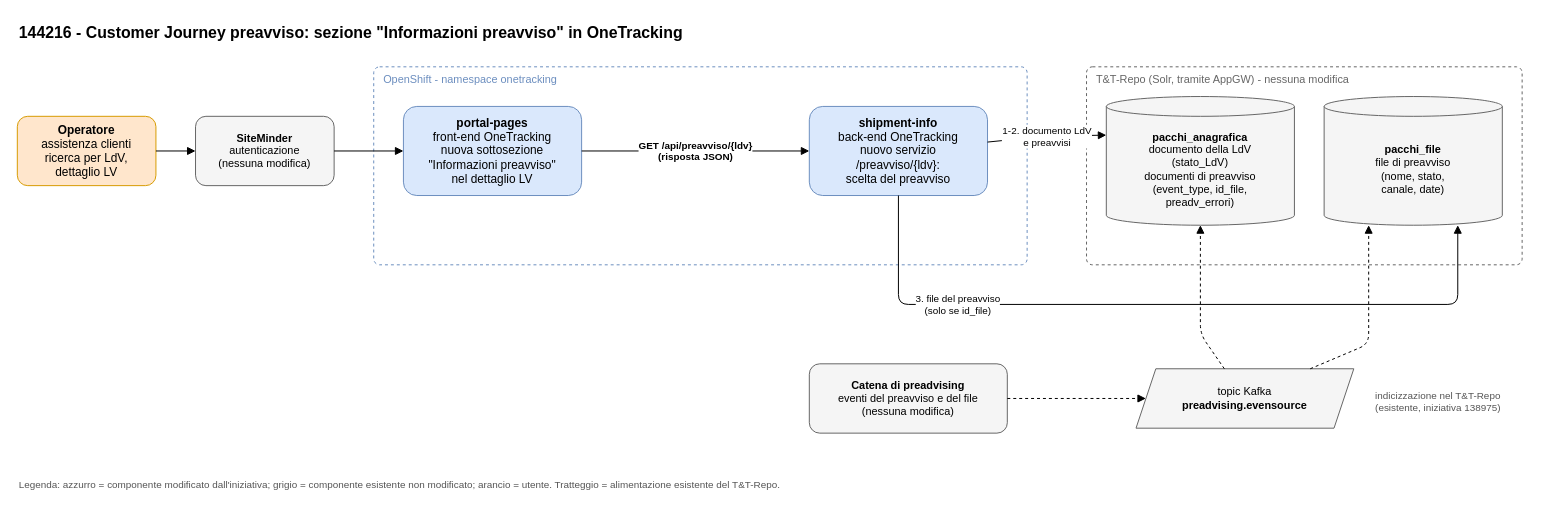
Above: iniziative/144216/documenti/fig-1-architettura.drawio in diegoMereu/sda-bmad (draw.io), before the change. Source tidied: cells renumbered, new cells numbered last; positions are measured from the earlier drawing's top-left corner, leaving out a move shared by most shapes. Both pictures are drawn from the tidied source at 99%, with x=0, y=0 at pixel (17, 17).
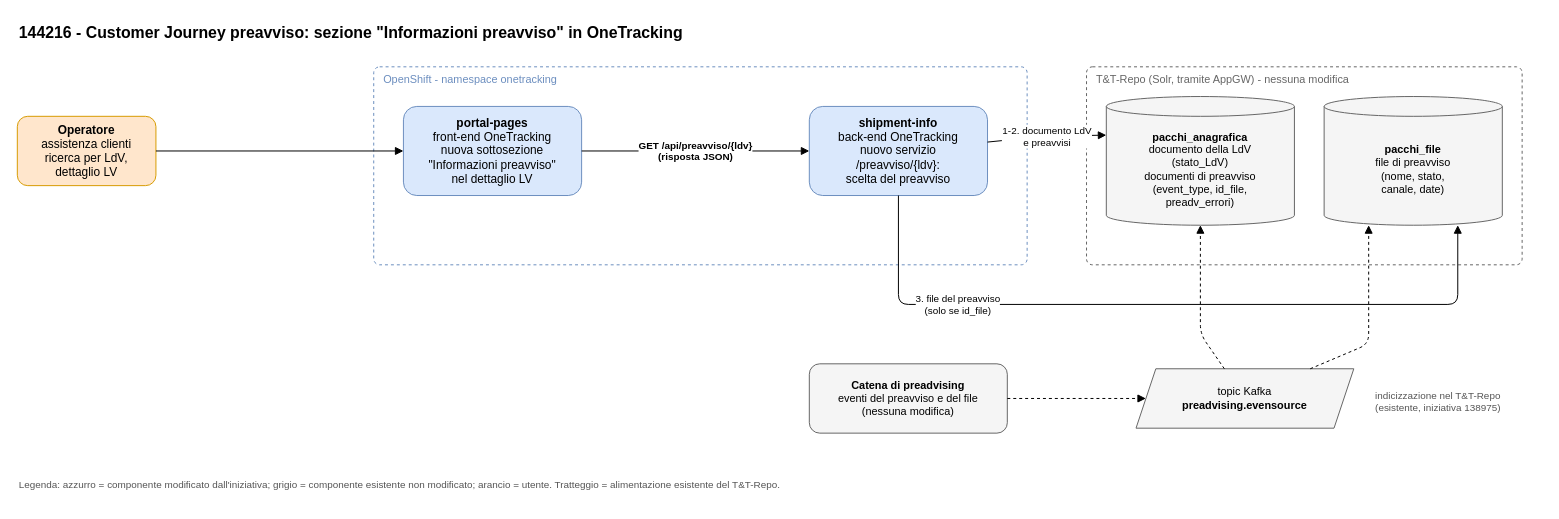
The same diagram, later.

Commit message (it also covers changes not shown here):
docs(144216): tolti i riferimenti a SiteMinder da SF, DP e figure; flusso 4 con max 50 preavvisi

The change refers to these unchanged cells:
```xml
<mxCell id="3" value="&lt;b&gt;Operatore&lt;/b&gt;&lt;br&gt;assistenza clienti&lt;br&gt;ricerca per LdV,&lt;br&gt;dettaglio LV" style="rounded=1;whiteSpace=wrap;html=1;fillColor=#ffe6cc;strokeColor=#d79b00;" parent="1" vertex="1">
  <mxGeometry y="100" width="140" height="70" as="geometry" />
</mxCell>
<mxCell id="6" value="&lt;b&gt;portal-pages&lt;/b&gt;&lt;br&gt;front-end OneTracking&lt;br&gt;nuova sottosezione&lt;br&gt;&quot;Informazioni preavviso&quot;&lt;br&gt;nel dettaglio LV" style="rounded=1;whiteSpace=wrap;html=1;fillColor=#dae8fc;strokeColor=#6c8ebf;" parent="1" vertex="1">
  <mxGeometry x="390" y="90" width="180" height="90" as="geometry" />
</mxCell>
```

What changed in the source:
```diff
@@
-    <mxCell id="4" value="&lt;b&gt;SiteMinder&lt;/b&gt;&lt;br&gt;autenticazione&lt;br&gt;(nessuna modifica)" style="rounded=1;whiteSpace=wrap;html=1;fillColor=#f5f5f5;strokeColor=#666666;fontSize=11;" parent="1" vertex="1">
-      <mxGeometry x="180" y="100" width="140" height="70" as="geometry" />
-    </mxCell>
@@
-    <mxCell id="13" style="endArrow=block;html=1;labelBackgroundColor=#ffffff;fontSize=10;" parent="1" edge="1" source="3" target="4">
+    <mxCell id="13" style="endArrow=block;html=1;labelBackgroundColor=#ffffff;fontSize=10;" parent="1" edge="1" source="3" target="6">
       <mxGeometry relative="1" as="geometry" />
     </mxCell>
-    <mxCell id="14" style="endArrow=block;html=1;labelBackgroundColor=#ffffff;" parent="1" edge="1" source="4" target="6">
-      <mxGeometry relative="1" as="geometry" />
-    </mxCell>
```
